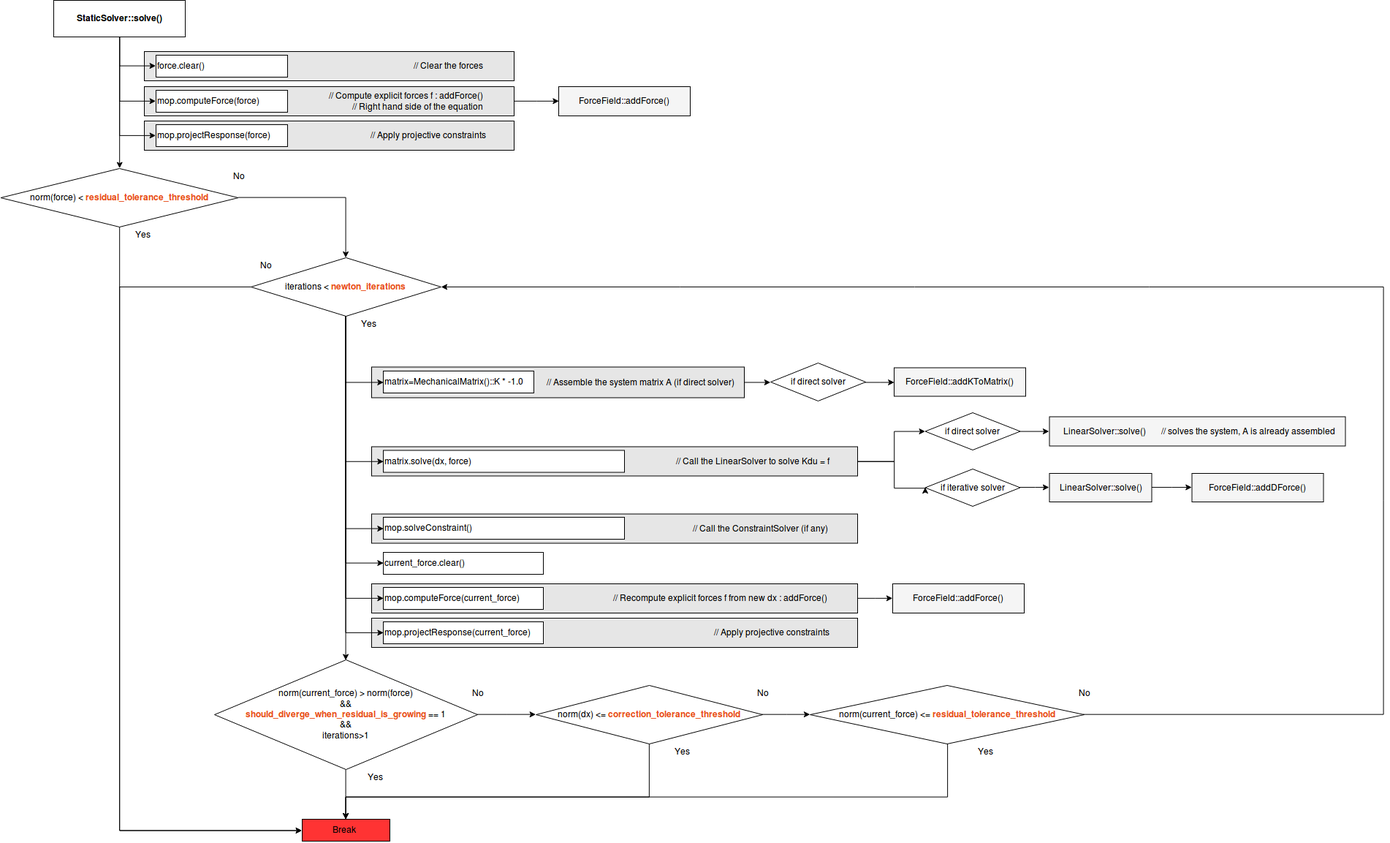
This is Images/integrationscheme/StaticSolver.png from sofa-framework/doc, a draw.io export, as it was before one commit. Source tidied: cells renumbered, new cells last; positions are measured from the earlier drawing's top-left corner, leaving out a move shared by most shapes.
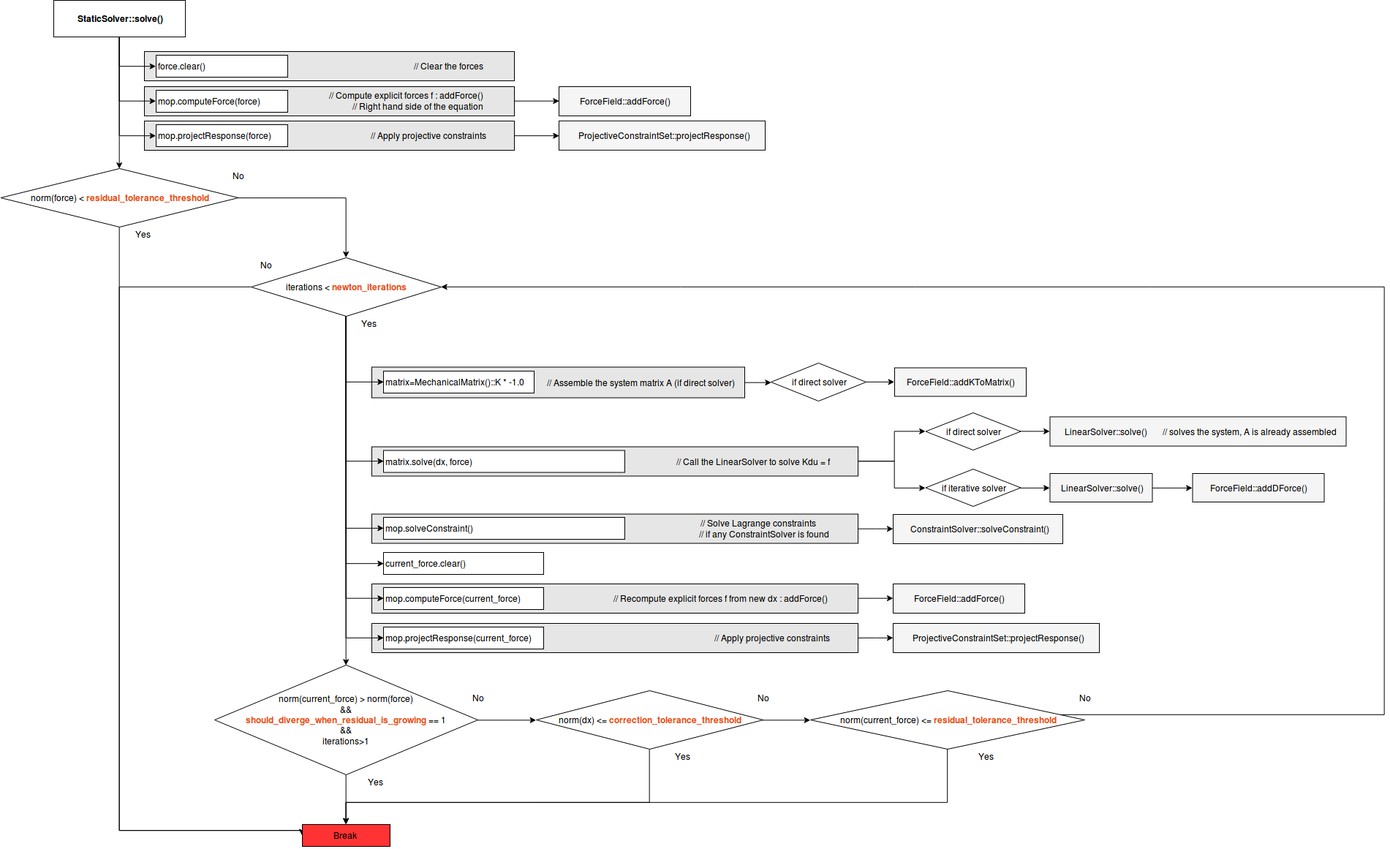
Above is the later version.

Commit message:
update diagrams with constraints and update of pos

The edit, as a diff of the source:
```diff
@@ -8,8 +8,11 @@
     <mxCell id="3" value="&lt;blockquote&gt;&lt;div align=&quot;right&quot;&gt;// Clear the forces&lt;br&gt;&lt;/div&gt;&lt;/blockquote&gt;" style="rounded=0;whiteSpace=wrap;html=1;fillColor=#E6E6E6;align=right;" parent="1" vertex="1">
       <mxGeometry x="196" y="70" width="506" height="40" as="geometry" />
     </mxCell>
+    <mxCell id="74" style="edgeStyle=orthogonalEdgeStyle;rounded=0;jettySize=auto;html=1;entryX=0;entryY=0.5;entryDx=0;entryDy=0;" parent="1" edge="1" source="4" target="78">
+      <mxGeometry relative="1" as="geometry" />
+    </mxCell>
     <mxCell id="4" value="&lt;blockquote&gt;&lt;div align=&quot;right&quot;&gt;// Apply projective constraints&lt;br&gt;&lt;/div&gt;&lt;/blockquote&gt;" style="rounded=0;whiteSpace=wrap;html=1;fillColor=#E6E6E6;align=right;" parent="1" vertex="1">
-      <mxGeometry x="507" y="845" width="665" height="40" as="geometry" />
+      <mxGeometry x="507" y="852" width="665" height="40" as="geometry" />
     </mxCell>
     <mxCell id="5" style="edgeStyle=orthogonalEdgeStyle;rounded=0;jettySize=auto;html=1;entryX=0;entryY=0.5;entryDx=0;entryDy=0;" parent="1" edge="1" source="6" target="73">
       <mxGeometry relative="1" as="geometry" />
@@ -17,12 +20,18 @@
     <mxCell id="6" value="&lt;blockquote&gt;&lt;div align=&quot;right&quot;&gt;// Recompute explicit forces f from new dx : addForce()&lt;/div&gt;&lt;/blockquote&gt;" style="rounded=0;whiteSpace=wrap;html=1;fillColor=#E6E6E6;align=right;" parent="1" vertex="1">
       <mxGeometry x="507" y="798" width="665" height="40" as="geometry" />
     </mxCell>
+    <mxCell id="75" style="edgeStyle=orthogonalEdgeStyle;rounded=0;jettySize=auto;html=1;entryX=0;entryY=0.5;entryDx=0;entryDy=0;" parent="1" edge="1" source="7" target="77">
+      <mxGeometry relative="1" as="geometry" />
+    </mxCell>
-    <mxCell id="7" value="&lt;blockquote&gt;&lt;div align=&quot;right&quot;&gt;// Call the ConstraintSolver (if any)&lt;br&gt;&lt;/div&gt;&lt;/blockquote&gt;" style="rounded=0;whiteSpace=wrap;html=1;fillColor=#E6E6E6;align=right;" parent="1" vertex="1">
+    <mxCell id="7" value="&lt;blockquote&gt;&lt;div align=&quot;right&quot;&gt;// Solve Lagrange constraints&amp;nbsp;&amp;nbsp;&amp;nbsp;&amp;nbsp;&amp;nbsp;&amp;nbsp; &lt;br&gt;&lt;/div&gt;&lt;div align=&quot;right&quot;&gt;// if any ConstraintSolver is found&lt;br&gt;&lt;/div&gt;&lt;/blockquote&gt;" style="rounded=0;whiteSpace=wrap;html=1;fillColor=#E6E6E6;align=right;" parent="1" vertex="1">
       <mxGeometry x="507" y="702.5" width="665" height="40" as="geometry" />
     </mxCell>
     <mxCell id="8" value="&lt;blockquote&gt;&lt;div align=&quot;right&quot;&gt;// Call the LinearSolver to solve Kdu = f&lt;br&gt;&lt;/div&gt;&lt;/blockquote&gt;" style="rounded=0;whiteSpace=wrap;html=1;fillColor=#E6E6E6;align=right;" parent="1" vertex="1">
       <mxGeometry x="507" y="610.5" width="665" height="40" as="geometry" />
     </mxCell>
+    <mxCell id="76" style="edgeStyle=orthogonalEdgeStyle;rounded=0;jettySize=auto;html=1;entryX=0;entryY=0.5;entryDx=0;entryDy=0;" parent="1" edge="1" source="9" target="79">
+      <mxGeometry relative="1" as="geometry" />
+    </mxCell>
     <mxCell id="9" value="&lt;blockquote&gt;&lt;div align=&quot;right&quot;&gt;// Apply projective constraints&lt;br&gt;&lt;/div&gt;&lt;/blockquote&gt;" style="rounded=0;whiteSpace=wrap;html=1;fillColor=#E6E6E6;align=right;" parent="1" vertex="1">
       <mxGeometry x="196" y="165" width="506" height="40" as="geometry" />
     </mxCell>
@@ -126,7 +135,7 @@
       <mxGeometry x="523" y="803" width="219" height="30" as="geometry" />
     </mxCell>
     <mxCell id="40" value="&lt;div&gt;&lt;div&gt;mop.&lt;span&gt;projectResponse&lt;/span&gt;(current_force)&lt;/div&gt;&lt;/div&gt;" style="rounded=0;whiteSpace=wrap;html=1;align=left;" parent="1" vertex="1">
-      <mxGeometry x="523" y="850" width="219" height="30" as="geometry" />
+      <mxGeometry x="523" y="857" width="219" height="30" as="geometry" />
     </mxCell>
     <mxCell id="41" style="edgeStyle=orthogonalEdgeStyle;rounded=0;jettySize=auto;html=1;entryX=0;entryY=0.5;entryDx=0;entryDy=0;" parent="1" edge="1" source="43" target="46">
       <mxGeometry relative="1" as="geometry" />
@@ -135,13 +144,13 @@
       <mxGeometry relative="1" as="geometry" />
     </mxCell>
     <mxCell id="43" value="&lt;div&gt;norm(current_force) &amp;gt; norm(force)&lt;/div&gt;&lt;div&gt;&amp;amp;&amp;amp;&lt;/div&gt;&lt;div&gt;&lt;div&gt;&lt;font color=&quot;#E84E1B&quot;&gt;&lt;b&gt;should_diverge_when_residual_is_growing &lt;/b&gt;&lt;font color=&quot;#000000&quot;&gt;== 1&lt;/font&gt;&lt;b&gt;&lt;br&gt;&lt;/b&gt;&lt;/font&gt;&lt;/div&gt;&lt;/div&gt;&lt;div&gt;&amp;amp;&amp;amp;&lt;/div&gt;&lt;div&gt;iterations&amp;gt;1&lt;/div&gt;" style="rhombus;whiteSpace=wrap;html=1;" parent="1" vertex="1">
-      <mxGeometry x="292" y="902" width="360" height="150" as="geometry" />
+      <mxGeometry x="292" y="909" width="360" height="150" as="geometry" />
     </mxCell>
     <mxCell id="44" style="edgeStyle=orthogonalEdgeStyle;rounded=0;jettySize=auto;html=1;entryX=0.5;entryY=0;entryDx=0;entryDy=0;exitX=0.5;exitY=1;exitDx=0;exitDy=0;" parent="1" edge="1" source="46" target="52">
       <mxGeometry relative="1" as="geometry">
         <Array as="points">
-          <mxPoint x="887" y="1090" />
-          <mxPoint x="472" y="1090" />
+          <mxPoint x="887" y="1097" />
+          <mxPoint x="472" y="1097" />
         </Array>
       </mxGeometry>
     </mxCell>
@@ -149,13 +158,13 @@
       <mxGeometry relative="1" as="geometry" />
     </mxCell>
     <mxCell id="46" value="&lt;div&gt;norm(dx) &amp;lt;= &lt;font color=&quot;#E84E1B&quot;&gt;&lt;b&gt;&lt;span&gt;correction_tolerance_threshold&lt;/span&gt;&lt;/b&gt;&lt;/font&gt;&lt;/div&gt;" style="rhombus;whiteSpace=wrap;html=1;" parent="1" vertex="1">
-      <mxGeometry x="732" y="937" width="310" height="80" as="geometry" />
+      <mxGeometry x="732" y="944" width="310" height="80" as="geometry" />
     </mxCell>
     <mxCell id="47" style="edgeStyle=orthogonalEdgeStyle;rounded=0;jettySize=auto;html=1;entryX=0.5;entryY=0;entryDx=0;entryDy=0;" parent="1" edge="1" source="49" target="52">
       <mxGeometry relative="1" as="geometry">
         <Array as="points">
-          <mxPoint x="1295" y="1090" />
-          <mxPoint x="472" y="1090" />
+          <mxPoint x="1295" y="1097" />
+          <mxPoint x="472" y="1097" />
         </Array>
       </mxGeometry>
     </mxCell>
@@ -168,28 +177,28 @@
       </mxGeometry>
     </mxCell>
     <mxCell id="49" value="norm(current_force) &amp;lt;= &lt;font color=&quot;#E84E1B&quot;&gt;&lt;b&gt;residual_tolerance_threshold&lt;/b&gt;&lt;/font&gt;" style="rhombus;whiteSpace=wrap;html=1;" parent="1" vertex="1">
-      <mxGeometry x="1107" y="937" width="375" height="80" as="geometry" />
+      <mxGeometry x="1107" y="944" width="375" height="80" as="geometry" />
     </mxCell>
     <mxCell id="50" value="Yes" style="text;html=1;strokeColor=none;fillColor=none;align=center;verticalAlign=middle;whiteSpace=wrap;rounded=0;" parent="1" vertex="1">
-      <mxGeometry x="492" y="1052" width="40" height="20" as="geometry" />
+      <mxGeometry x="492" y="1059" width="40" height="20" as="geometry" />
     </mxCell>
     <mxCell id="51" value="No" style="text;html=1;strokeColor=none;fillColor=none;align=center;verticalAlign=middle;whiteSpace=wrap;rounded=0;" parent="1" vertex="1">
-      <mxGeometry x="632" y="937" width="40" height="20" as="geometry" />
+      <mxGeometry x="632" y="944" width="40" height="20" as="geometry" />
     </mxCell>
     <mxCell id="52" value="&lt;blockquote&gt;&lt;div align=&quot;justify&quot;&gt;&lt;div&gt;&lt;div&gt;Break&lt;/div&gt;&lt;/div&gt;&lt;/div&gt;&lt;/blockquote&gt;" style="rounded=0;whiteSpace=wrap;html=1;align=left;fillColor=#FF3333;" parent="1" vertex="1">
-      <mxGeometry x="412" y="1120" width="120" height="30" as="geometry" />
+      <mxGeometry x="412" y="1127" width="120" height="30" as="geometry" />
     </mxCell>
     <mxCell id="53" value="Yes" style="text;html=1;strokeColor=none;fillColor=none;align=center;verticalAlign=middle;whiteSpace=wrap;rounded=0;" parent="1" vertex="1">
-      <mxGeometry x="912" y="1017" width="40" height="20" as="geometry" />
+      <mxGeometry x="912" y="1024" width="40" height="20" as="geometry" />
     </mxCell>
     <mxCell id="54" value="No" style="text;html=1;strokeColor=none;fillColor=none;align=center;verticalAlign=middle;whiteSpace=wrap;rounded=0;" parent="1" vertex="1">
-      <mxGeometry x="1022" y="937" width="40" height="20" as="geometry" />
+      <mxGeometry x="1022" y="944" width="40" height="20" as="geometry" />
     </mxCell>
     <mxCell id="55" value="No" style="text;html=1;strokeColor=none;fillColor=none;align=center;verticalAlign=middle;whiteSpace=wrap;rounded=0;" parent="1" vertex="1">
-      <mxGeometry x="1462" y="937" width="40" height="20" as="geometry" />
+      <mxGeometry x="1462" y="944" width="40" height="20" as="geometry" />
     </mxCell>
     <mxCell id="56" value="Yes" style="text;html=1;strokeColor=none;fillColor=none;align=center;verticalAlign=middle;whiteSpace=wrap;rounded=0;" parent="1" vertex="1">
-      <mxGeometry x="1327" y="1017" width="40" height="20" as="geometry" />
+      <mxGeometry x="1327" y="1024" width="40" height="20" as="geometry" />
     </mxCell>
     <mxCell id="57" style="edgeStyle=orthogonalEdgeStyle;rounded=0;jettySize=auto;html=1;entryX=0;entryY=0.51;entryDx=0;entryDy=0;entryPerimeter=0;" parent="1" edge="1" source="2" target="60">
       <mxGeometry relative="1" as="geometry" />
@@ -252,5 +261,14 @@
     <mxCell id="73" value="&lt;div align=&quot;center&quot;&gt;ForceField::addForce()&lt;/div&gt;" style="rounded=0;whiteSpace=wrap;html=1;fillColor=#F5F5F5;align=center;" parent="1" vertex="1">
       <mxGeometry x="1220" y="798" width="180" height="40" as="geometry" />
     </mxCell>
+    <mxCell id="77" value="&lt;div align=&quot;center&quot;&gt;ConstraintSolver::solveConstraint()&lt;/div&gt;" style="rounded=0;whiteSpace=wrap;html=1;fillColor=#F5F5F5;align=center;" parent="1" vertex="1">
+      <mxGeometry x="1220" y="703" width="232" height="40" as="geometry" />
+    </mxCell>
+    <mxCell id="78" value="&lt;div align=&quot;center&quot;&gt;&lt;div align=&quot;center&quot;&gt;ProjectiveConstraintSet::projectResponse()&lt;/div&gt;&lt;/div&gt;" style="rounded=0;whiteSpace=wrap;html=1;fillColor=#F5F5F5;align=center;" parent="1" vertex="1">
+      <mxGeometry x="1220" y="852" width="282" height="40" as="geometry" />
+    </mxCell>
+    <mxCell id="79" value="&lt;div align=&quot;center&quot;&gt;&lt;div align=&quot;center&quot;&gt;ProjectiveConstraintSet::projectResponse()&lt;/div&gt;&lt;/div&gt;" style="rounded=0;whiteSpace=wrap;html=1;fillColor=#F5F5F5;align=center;" parent="1" vertex="1">
+      <mxGeometry x="763" y="164.8" width="282" height="40" as="geometry" />
+    </mxCell>
   </root>
 </mxGraphModel>
```
